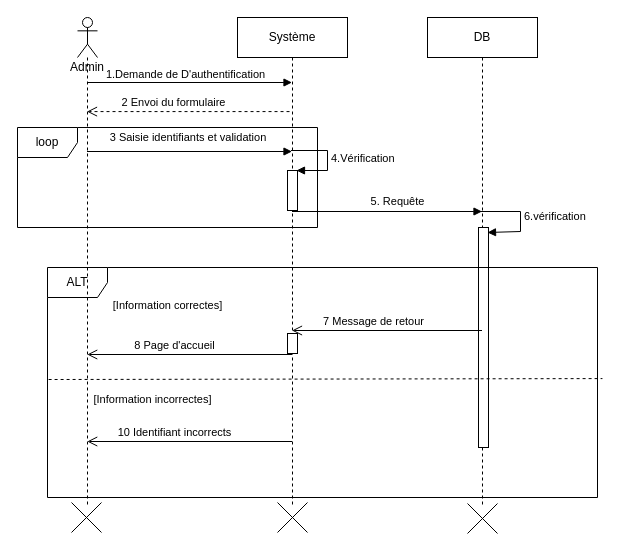
Earlier version of the draw.io diagram page "Authentification" (8 of 18) of Untitled Diagram.drawio (keidy001/virtual-biblio). Source tidied: cells renumbered, new cells numbered last; positions are measured from the earlier drawing's top-left corner, leaving out a move shared by most shapes. Both pictures are drawn from the tidied source at 100%, with x=0, y=0 at pixel (17, 17).
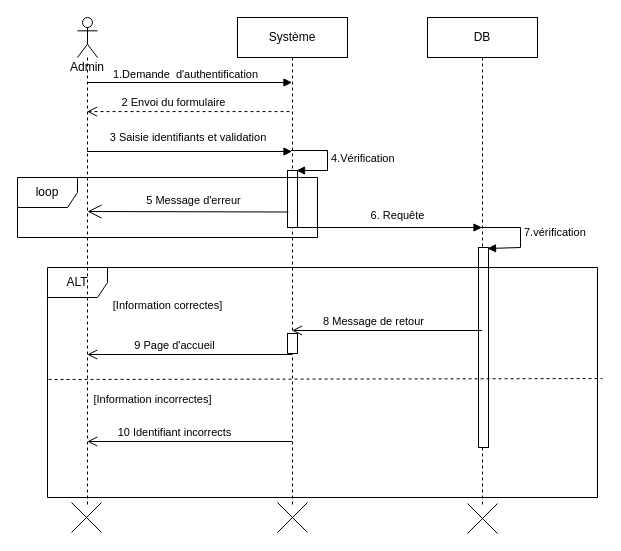
The same diagram, later.

The change refers to these unchanged cells:
```xml
<mxCell id="3" value="DB" style="shape=umlLifeline;perimeter=lifelinePerimeter;whiteSpace=wrap;html=1;" parent="1" vertex="1">
  <mxGeometry x="410" width="110" height="490" as="geometry" />
</mxCell>
```

The edit, as a diff of the source:
```diff
@@
     <mxCell id="4" style="html=1;perimeter=orthogonalPerimeter;" parent="3" vertex="1">
-      <mxGeometry x="51" y="210" width="10" height="220" as="geometry" />
+      <mxGeometry x="51" y="230" width="10" height="200" as="geometry" />
     </mxCell>
-    <mxCell id="5" value="6.vérification" style="edgeStyle=orthogonalEdgeStyle;html=1;align=left;spacingLeft=2;endArrow=block;rounded=0;entryX=1;entryY=0;exitX=0.455;exitY=0.296;exitDx=0;exitDy=0;exitPerimeter=0;" parent="3" edge="1">
+    <mxCell id="5" value="7.vérification" style="edgeStyle=orthogonalEdgeStyle;html=1;align=left;spacingLeft=2;endArrow=block;rounded=0;entryX=1;entryY=0;exitX=0.455;exitY=0.296;exitDx=0;exitDy=0;exitPerimeter=0;" parent="3" edge="1">
       <mxGeometry relative="1" as="geometry">
-        <mxPoint x="50" y="194" as="sourcePoint" />
-        <mxPoint x="60" y="215" as="targetPoint" />
+        <mxPoint x="50" y="210" as="sourcePoint" />
+        <mxPoint x="60" y="231" as="targetPoint" />
         <Array as="points">
-          <mxPoint x="93" y="194" />
-          <mxPoint x="93" y="214" />
+          <mxPoint x="93" y="210" />
+          <mxPoint x="93" y="230" />
         </Array>
       </mxGeometry>
     </mxCell>
@@
     <mxCell id="8" style="html=1;verticalAlign=bottom;endArrow=block;rounded=0;" parent="1" edge="1">
       <mxGeometry x="0.16" y="-50" relative="1" as="geometry">
-        <mxPoint x="274.5" y="194" as="sourcePoint" />
-        <mxPoint x="464.5" y="194" as="targetPoint" />
+        <mxPoint x="274.5" y="210" as="sourcePoint" />
+        <mxPoint x="464.5" y="210" as="targetPoint" />
       </mxGeometry>
     </mxCell>
-    <mxCell id="9" value="&lt;font style=&quot;font-size: 11px&quot;&gt;5. Requête&lt;/font&gt;" style="text;html=1;align=center;verticalAlign=middle;strokeColor=none;fillColor=none;" parent="1" vertex="1">
-      <mxGeometry x="345" y="174" width="70" height="20" as="geometry" />
+    <mxCell id="9" value="&lt;font style=&quot;font-size: 11px&quot;&gt;6. Requête&lt;/font&gt;" style="text;html=1;align=center;verticalAlign=middle;strokeColor=none;fillColor=none;" parent="1" vertex="1">
+      <mxGeometry x="345" y="188" width="70" height="20" as="geometry" />
     </mxCell>
@@
-    <mxCell id="11" value="7 Message de retour" style="html=1;verticalAlign=bottom;endArrow=open;endSize=8;rounded=0;" parent="1" edge="1">
+    <mxCell id="11" value="8 Message de retour" style="html=1;verticalAlign=bottom;endArrow=open;endSize=8;rounded=0;" parent="1" edge="1">
       <mxGeometry x="0.15" relative="1" as="geometry">
         <mxPoint x="464.5" y="313" as="sourcePoint" />
         <mxPoint x="274.5" y="313" as="targetPoint" />
       </mxGeometry>
     </mxCell>
-    <mxCell id="12" value="8 Page d'accueil" style="html=1;verticalAlign=bottom;endArrow=open;endSize=8;rounded=0;" parent="1" edge="1">
+    <mxCell id="12" value="9 Page d'accueil" style="html=1;verticalAlign=bottom;endArrow=open;endSize=8;rounded=0;" parent="1" edge="1">
       <mxGeometry x="0.15" relative="1" as="geometry">
         <mxPoint x="274.5" y="337" as="sourcePoint" />
         <mxPoint x="69.7" y="337" as="targetPoint" />
       </mxGeometry>
     </mxCell>
@@
-    <mxCell id="15" value="&lt;font style=&quot;font-size: 11px&quot;&gt;1.Demande de D'authentification&lt;/font&gt;" style="text;html=1;align=center;verticalAlign=middle;strokeColor=none;fillColor=none;" parent="1" vertex="1">
-      <mxGeometry x="83" y="47" width="170" height="20" as="geometry" />
+    <mxCell id="15" value="&lt;font style=&quot;font-size: 11px&quot;&gt;1.Demande&amp;nbsp; d'authentification&lt;/font&gt;" style="text;html=1;align=center;verticalAlign=middle;strokeColor=none;fillColor=none;" parent="1" vertex="1">
+      <mxGeometry x="88" y="47" width="160" height="20" as="geometry" />
     </mxCell>
@@
     <mxCell id="19" style="html=1;perimeter=orthogonalPerimeter;" parent="1" vertex="1">
-      <mxGeometry x="270" y="153" width="10" height="40" as="geometry" />
+      <mxGeometry x="270" y="153" width="10" height="57" as="geometry" />
     </mxCell>
@@
     <mxCell id="27" value="loop" style="shape=umlFrame;whiteSpace=wrap;html=1;" parent="1" vertex="1">
-      <mxGeometry y="110" width="300" height="100" as="geometry" />
+      <mxGeometry y="160" width="300" height="60" as="geometry" />
     </mxCell>
+    <mxCell id="28" style="endArrow=open;endFill=1;endSize=12;html=1;rounded=0;fontSize=11;" parent="1" edge="1">
+      <mxGeometry relative="1" as="geometry">
+        <mxPoint x="270.8" y="194.5" as="sourcePoint" />
+        <mxPoint x="70" y="194" as="targetPoint" />
+      </mxGeometry>
+    </mxCell>
+    <mxCell id="29" value="&lt;font style=&quot;font-size: 11px&quot;&gt;5 Message d'erreur&lt;/font&gt;" style="text;html=1;align=center;verticalAlign=middle;strokeColor=none;fillColor=none;" parent="1" vertex="1">
+      <mxGeometry x="121" y="173" width="110" height="20" as="geometry" />
+    </mxCell>
```
